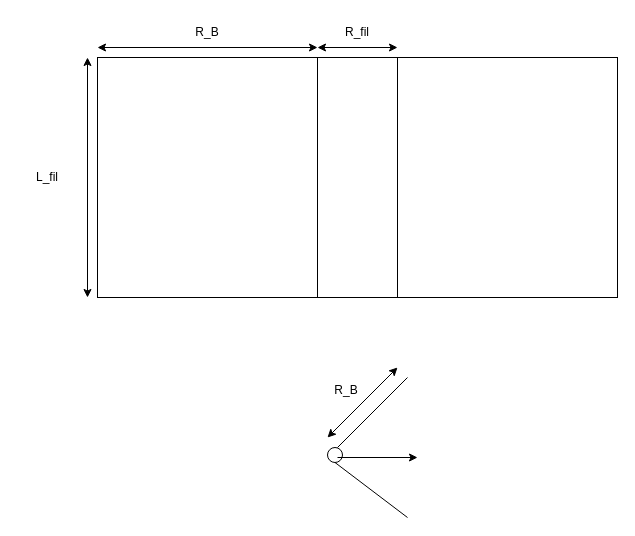
This is DrawIo/Filament_géométrie.drawio from KyuriTaima/CygnusDynamics, a draw.io file, before an edit. Source tidied: cells renumbered, new cells numbered last; positions are measured from the earlier drawing's top-left corner, leaving out a move shared by most shapes. Both pictures are drawn from the tidied source at 100%, with x=0, y=0 at pixel (17, 17).
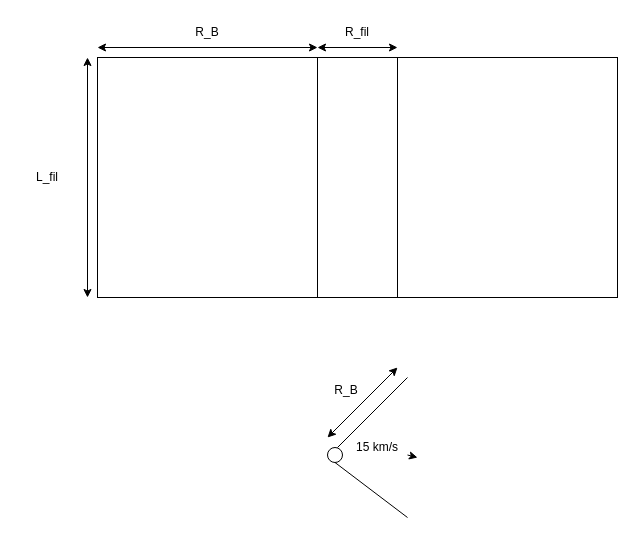
The same diagram, later.

Commit message:
Overleaf Connect auto-sync [2026-06-18 11:47:18]

Change to the diagram source:
```diff
@@
-    <mxCell id="16" style="endArrow=classic;html=1;rounded=0;" parent="1" edge="1">
+    <mxCell id="16" style="endArrow=classic;html=1;rounded=0;" parent="1" edge="1" source="18">
       <mxGeometry relative="1" as="geometry">
-        <mxPoint x="320" y="440" as="sourcePoint" />
         <mxPoint x="400" y="440" as="targetPoint" />
       </mxGeometry>
     </mxCell>
+    <mxCell id="17" style="endArrow=classic;html=1;rounded=0;" parent="1" edge="1" target="18">
+      <mxGeometry relative="1" as="geometry">
+        <mxPoint x="330" y="440" as="sourcePoint" />
+      </mxGeometry>
+    </mxCell>
+    <mxCell id="18" value="15 km/s" style="text;html=1;whiteSpace=wrap;strokeColor=none;fillColor=none;align=center;verticalAlign=middle;rounded=0;" parent="1" vertex="1">
+      <mxGeometry x="330" y="415" width="60" height="30" as="geometry" />
+    </mxCell>
```
